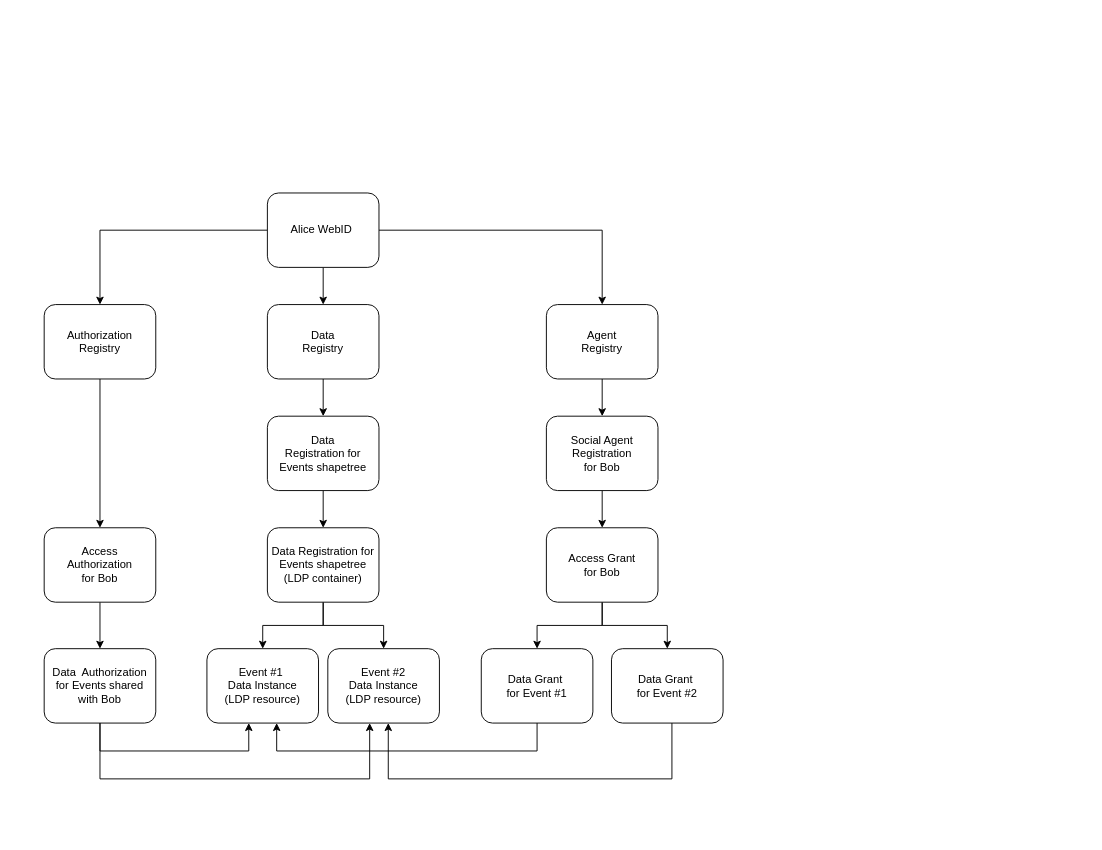
Before: sai-users-data-sharing.drawio in activitypods/user-flows, a draw.io diagram. Source tidied: cells renumbered, new cells numbered last; positions are measured from the earlier drawing's top-left corner, leaving out a move shared by most shapes. Both pictures are drawn from the tidied source at 93%, with x=0, y=0 at pixel (44, 193).
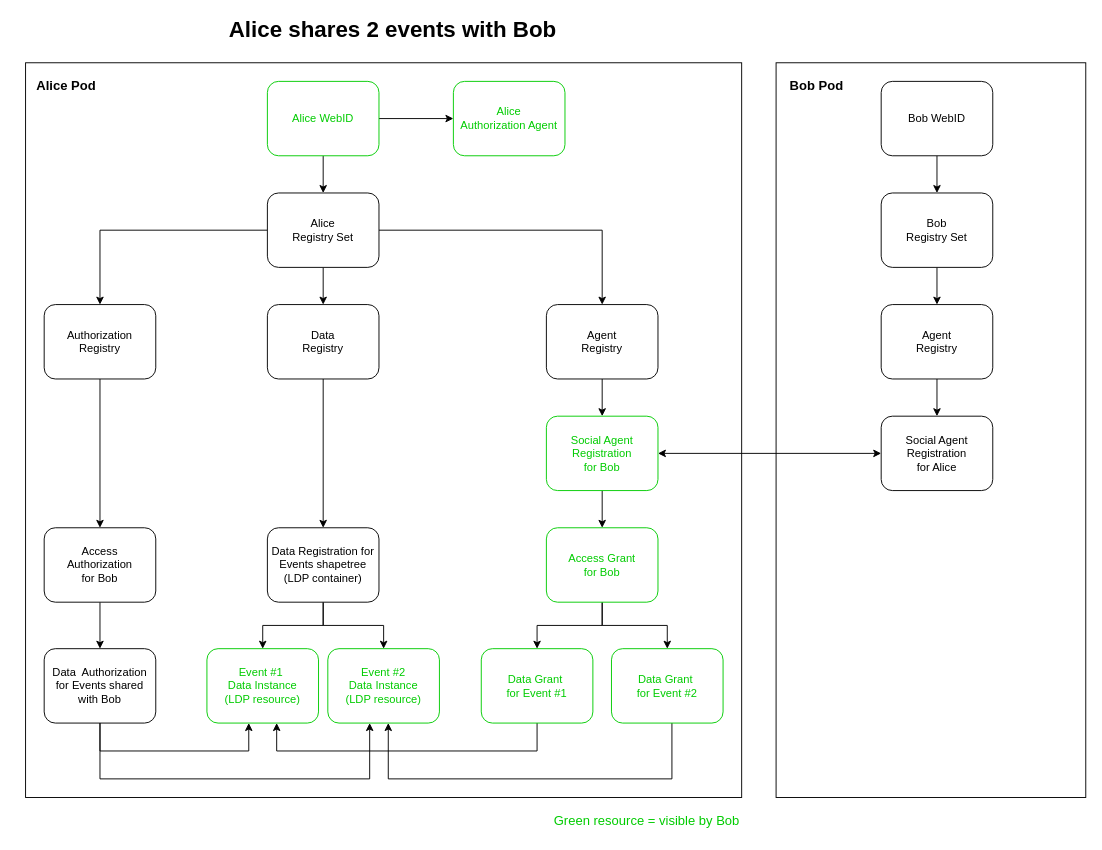
The same diagram, later.

Commit message (it also covers changes not shown here):
Mettre à jour sai-users-data-sharing.drawio

The change refers to these unchanged cells:
```xml
<mxCell id="9" value="Data&lt;br&gt;Registry" style="rounded=1;whiteSpace=wrap;html=1;" parent="1" vertex="1">
  <mxGeometry x="240" y="120" width="120" height="80" as="geometry" />
</mxCell>
<mxCell id="16" value="Data Registration for Events shapetree&lt;br&gt;(LDP container)" style="rounded=1;whiteSpace=wrap;html=1;" parent="1" vertex="1">
  <mxGeometry x="240" y="360" width="120" height="80" as="geometry" />
</mxCell>
```

Change to the diagram source:
```diff
@@
+    <mxCell id="33" style="rounded=0;whiteSpace=wrap;html=1;" parent="1" vertex="1">
+      <mxGeometry x="787" y="-140" width="333" height="790" as="geometry" />
+    </mxCell>
+    <mxCell id="34" style="rounded=0;whiteSpace=wrap;html=1;" parent="1" vertex="1">
+      <mxGeometry x="-20" y="-140" width="770" height="790" as="geometry" />
+    </mxCell>
@@
-    <mxCell id="5" value="Alice WebID&amp;nbsp;" style="rounded=1;whiteSpace=wrap;html=1;" parent="1" vertex="1">
+    <mxCell id="5" value="Alice&lt;br&gt;Registry Set" style="rounded=1;whiteSpace=wrap;html=1;" parent="1" vertex="1">
       <mxGeometry x="240" width="120" height="80" as="geometry" />
     </mxCell>
@@
-    <mxCell id="7" value="Agent&lt;br&gt;Registry" style="rounded=1;whiteSpace=wrap;html=1;" parent="1" vertex="1">
+    <mxCell id="7" value="Agent&lt;br&gt;Registry" style="rounded=1;whiteSpace=wrap;html=1;fontColor=#000000;" parent="1" vertex="1">
       <mxGeometry x="540" y="120" width="120" height="80" as="geometry" />
     </mxCell>
-    <mxCell id="8" style="edgeStyle=orthogonalEdgeStyle;rounded=0;jettySize=auto;html=1;" parent="1" edge="1" source="9" target="13">
+    <mxCell id="8" style="edgeStyle=orthogonalEdgeStyle;rounded=0;jettySize=auto;html=1;" parent="1" edge="1" source="9" target="16">
       <mxGeometry relative="1" as="geometry" />
     </mxCell>
@@
-    <mxCell id="12" style="edgeStyle=orthogonalEdgeStyle;rounded=0;jettySize=auto;html=1;" parent="1" edge="1" source="13" target="16">
-      <mxGeometry relative="1" as="geometry" />
-    </mxCell>
-    <mxCell id="13" value="Data&lt;br&gt;Registration for Events shapetree" style="rounded=1;whiteSpace=wrap;html=1;" parent="1" vertex="1">
-      <mxGeometry x="240" y="240" width="120" height="80" as="geometry" />
-    </mxCell>
@@
-    <mxCell id="18" value="Social Agent Registration&lt;br&gt;for Bob" style="rounded=1;whiteSpace=wrap;html=1;" parent="1" vertex="1">
+    <mxCell id="18" value="Social Agent Registration&lt;br&gt;for Bob" style="rounded=1;whiteSpace=wrap;html=1;strokeColor=#00CC00;fontColor=#00CC00;" parent="1" vertex="1">
       <mxGeometry x="540" y="240" width="120" height="80" as="geometry" />
     </mxCell>
@@
-    <mxCell id="21" value="Access Grant&lt;br&gt;for Bob" style="rounded=1;whiteSpace=wrap;html=1;" parent="1" vertex="1">
+    <mxCell id="21" value="Access Grant&lt;br&gt;for Bob" style="rounded=1;whiteSpace=wrap;html=1;strokeColor=#00CC00;fontColor=#00CC00;" parent="1" vertex="1">
       <mxGeometry x="540" y="360" width="120" height="80" as="geometry" />
     </mxCell>
@@
-    <mxCell id="23" value="Data Grant&amp;nbsp;&lt;br&gt;for Event #1" style="rounded=1;whiteSpace=wrap;html=1;" parent="1" vertex="1">
+    <mxCell id="23" value="Data Grant&amp;nbsp;&lt;br&gt;for Event #1" style="rounded=1;whiteSpace=wrap;html=1;strokeColor=#00CC00;fontColor=#00CC00;" parent="1" vertex="1">
       <mxGeometry x="470" y="490" width="120" height="80" as="geometry" />
     </mxCell>
@@
-    <mxCell id="25" value="Data Grant&amp;nbsp;&lt;br&gt;for Event #2" style="rounded=1;whiteSpace=wrap;html=1;" parent="1" vertex="1">
+    <mxCell id="25" value="Data Grant&amp;nbsp;&lt;br&gt;for Event #2" style="rounded=1;whiteSpace=wrap;html=1;strokeColor=#00CC00;fontColor=#00CC00;" parent="1" vertex="1">
       <mxGeometry x="610" y="490" width="120" height="80" as="geometry" />
     </mxCell>
@@
-    <mxCell id="31" value="Event #1&amp;nbsp;&lt;br&gt;Data Instance&lt;br&gt;(LDP resource)" style="rounded=1;whiteSpace=wrap;html=1;" parent="1" vertex="1">
+    <mxCell id="31" value="Event #1&amp;nbsp;&lt;br&gt;Data Instance&lt;br&gt;(LDP resource)" style="rounded=1;whiteSpace=wrap;html=1;strokeColor=#00CC00;fontColor=#00CC00;" parent="1" vertex="1">
       <mxGeometry x="175" y="490" width="120" height="80" as="geometry" />
     </mxCell>
-    <mxCell id="32" value="Event #2&lt;br&gt;Data Instance&lt;br&gt;(LDP resource)" style="rounded=1;whiteSpace=wrap;html=1;" parent="1" vertex="1">
+    <mxCell id="32" value="Event #2&lt;br&gt;Data Instance&lt;br&gt;(LDP resource)" style="rounded=1;whiteSpace=wrap;html=1;strokeColor=#00CC00;fontColor=#00CC00;" parent="1" vertex="1">
       <mxGeometry x="305" y="490" width="120" height="80" as="geometry" />
     </mxCell>
+    <mxCell id="35" value="Alice shares 2 events with Bob" style="text;html=1;align=center;verticalAlign=middle;whiteSpace=wrap;rounded=0;fontSize=24;fontStyle=1;" parent="1" vertex="1">
+      <mxGeometry x="-30" y="-190" width="810" height="30" as="geometry" />
+    </mxCell>
+    <mxCell id="36" style="edgeStyle=orthogonalEdgeStyle;rounded=0;jettySize=auto;html=1;" parent="1" edge="1" source="38" target="5">
+      <mxGeometry relative="1" as="geometry" />
+    </mxCell>
+    <mxCell id="37" style="edgeStyle=orthogonalEdgeStyle;rounded=0;jettySize=auto;html=1;" parent="1" edge="1" source="38" target="39">
+      <mxGeometry relative="1" as="geometry" />
+    </mxCell>
+    <mxCell id="38" value="Alice WebID" style="rounded=1;whiteSpace=wrap;html=1;strokeColor=#00CC00;fontColor=#00CC00;" parent="1" vertex="1">
+      <mxGeometry x="240" y="-120" width="120" height="80" as="geometry" />
+    </mxCell>
+    <mxCell id="39" value="Alice &lt;br&gt;Authorization Agent" style="rounded=1;whiteSpace=wrap;html=1;strokeColor=#00CC00;fontColor=#00CC00;" parent="1" vertex="1">
+      <mxGeometry x="440" y="-120" width="120" height="80" as="geometry" />
+    </mxCell>
+    <mxCell id="40" value="Alice Pod" style="text;html=1;align=left;verticalAlign=middle;whiteSpace=wrap;rounded=0;fontStyle=1;fontSize=14;" parent="1" vertex="1">
+      <mxGeometry x="-10" y="-130" width="90" height="30" as="geometry" />
+    </mxCell>
+    <mxCell id="41" value="Green resource = visible by Bob" style="text;html=1;align=right;verticalAlign=middle;whiteSpace=wrap;rounded=0;fontColor=#00CC00;fontSize=14;" parent="1" vertex="1">
+      <mxGeometry x="490" y="660" width="260" height="30" as="geometry" />
+    </mxCell>
+    <mxCell id="42" value="Social Agent Registration&lt;br&gt;for Alice" style="rounded=1;whiteSpace=wrap;html=1;" parent="1" vertex="1">
+      <mxGeometry x="900" y="240" width="120" height="80" as="geometry" />
+    </mxCell>
+    <mxCell id="43" style="edgeStyle=orthogonalEdgeStyle;rounded=0;jettySize=auto;html=1;" parent="1" edge="1" source="44" target="42">
+      <mxGeometry relative="1" as="geometry" />
+    </mxCell>
+    <mxCell id="44" value="Agent&lt;br&gt;Registry" style="rounded=1;whiteSpace=wrap;html=1;" parent="1" vertex="1">
+      <mxGeometry x="900" y="120" width="120" height="80" as="geometry" />
+    </mxCell>
+    <mxCell id="45" style="edgeStyle=orthogonalEdgeStyle;rounded=0;jettySize=auto;html=1;" parent="1" edge="1" source="46" target="44">
+      <mxGeometry relative="1" as="geometry" />
+    </mxCell>
+    <mxCell id="46" value="Bob&lt;br&gt;Registry Set" style="rounded=1;whiteSpace=wrap;html=1;" parent="1" vertex="1">
+      <mxGeometry x="900" width="120" height="80" as="geometry" />
+    </mxCell>
+    <mxCell id="47" style="edgeStyle=orthogonalEdgeStyle;rounded=0;jettySize=auto;html=1;" parent="1" edge="1" source="48" target="46">
+      <mxGeometry relative="1" as="geometry" />
+    </mxCell>
+    <mxCell id="48" value="Bob WebID" style="rounded=1;whiteSpace=wrap;html=1;" parent="1" vertex="1">
+      <mxGeometry x="900" y="-120" width="120" height="80" as="geometry" />
+    </mxCell>
+    <mxCell id="49" value="Bob Pod" style="text;html=1;align=left;verticalAlign=middle;whiteSpace=wrap;rounded=0;fontStyle=1;fontSize=14;" parent="1" vertex="1">
+      <mxGeometry x="800" y="-130" width="90" height="30" as="geometry" />
+    </mxCell>
+    <mxCell id="50" style="endArrow=classic;startArrow=classic;html=1;rounded=0;exitX=1;exitY=0.5;exitDx=0;exitDy=0;" parent="1" edge="1" source="18" target="42">
+      <mxGeometry relative="1" as="geometry" />
+    </mxCell>
```
